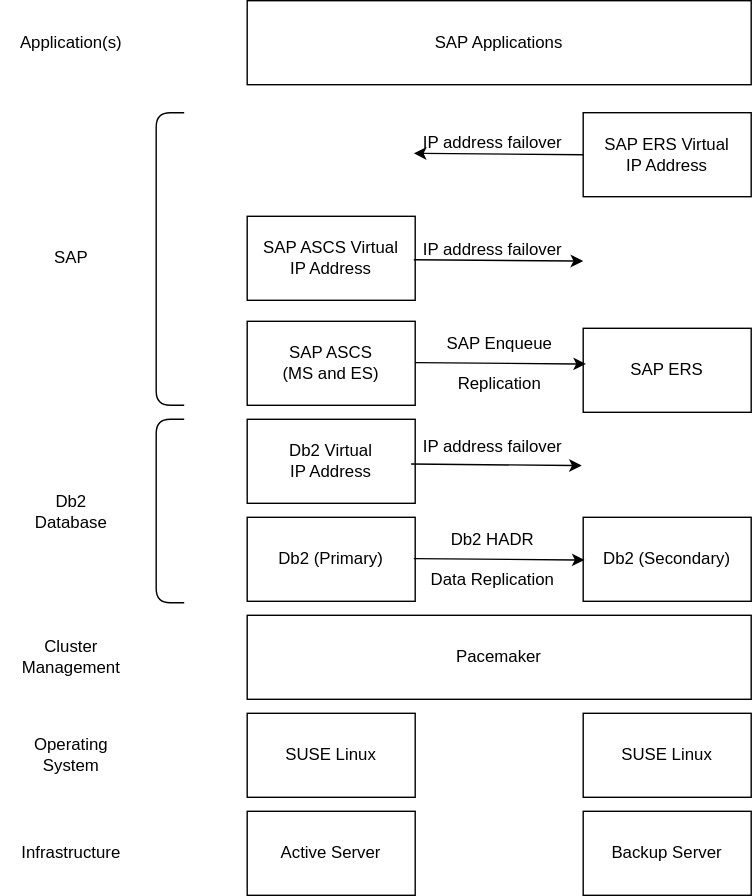
ibm-cloud-docs/pattern-db2-sap-vpc keeps this draw.io diagram as images/sap+db2-stack.drawio.svg. Above is the earlier version. Source tidied: cells renumbered, new cells last; positions are measured from the earlier drawing's top-left corner, leaving out a move shared by most shapes.
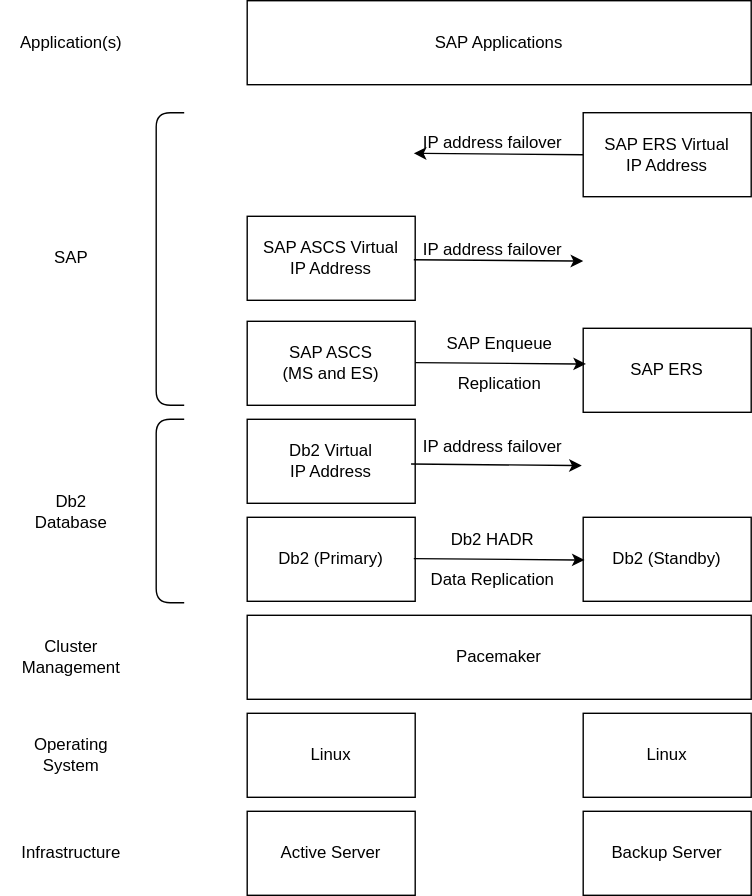
The same file after the commit.

Diff of the diagram source:
```diff
@@ -14,10 +14,10 @@
     <mxCell id="5" value="Pacemaker" style="rounded=0;whiteSpace=wrap;html=1;" parent="1" vertex="1">
       <mxGeometry x="176" y="439" width="360" height="60" as="geometry" />
     </mxCell>
-    <mxCell id="6" value="SUSE Linux" style="rounded=0;whiteSpace=wrap;html=1;" parent="1" vertex="1">
+    <mxCell id="6" value="Linux" style="rounded=0;whiteSpace=wrap;html=1;" parent="1" vertex="1">
       <mxGeometry x="176" y="509" width="120" height="60" as="geometry" />
     </mxCell>
-    <mxCell id="7" value="SUSE Linux" style="rounded=0;whiteSpace=wrap;html=1;" parent="1" vertex="1">
+    <mxCell id="7" value="Linux" style="rounded=0;whiteSpace=wrap;html=1;" parent="1" vertex="1">
       <mxGeometry x="416" y="509" width="120" height="60" as="geometry" />
     </mxCell>
     <mxCell id="8" value="Operating&lt;div&gt;System&lt;/div&gt;" style="text;html=1;align=center;verticalAlign=middle;strokeColor=none;fillColor=none;" parent="1" vertex="1">
@@ -29,7 +29,7 @@
     <mxCell id="10" value="Db2 (Primary)" style="rounded=0;whiteSpace=wrap;html=1;" parent="1" vertex="1">
       <mxGeometry x="176" y="369" width="120" height="60" as="geometry" />
     </mxCell>
-    <mxCell id="11" value="Db2 (Secondary)" style="rounded=0;whiteSpace=wrap;html=1;" parent="1" vertex="1">
+    <mxCell id="11" value="Db2 (Standby)" style="rounded=0;whiteSpace=wrap;html=1;" parent="1" vertex="1">
       <mxGeometry x="416" y="369" width="120" height="60" as="geometry" />
     </mxCell>
     <mxCell id="12" value="Db2 HADR&lt;div&gt;&lt;br&gt;&lt;/div&gt;&lt;div&gt;&lt;span style=&quot;background-color: transparent; color: light-dark(rgb(0, 0, 0), rgb(255, 255, 255));&quot;&gt;Data Replication&lt;/span&gt;&lt;/div&gt;" style="text;html=1;align=center;verticalAlign=middle;strokeColor=none;fillColor=none;" parent="1" vertex="1">
```
